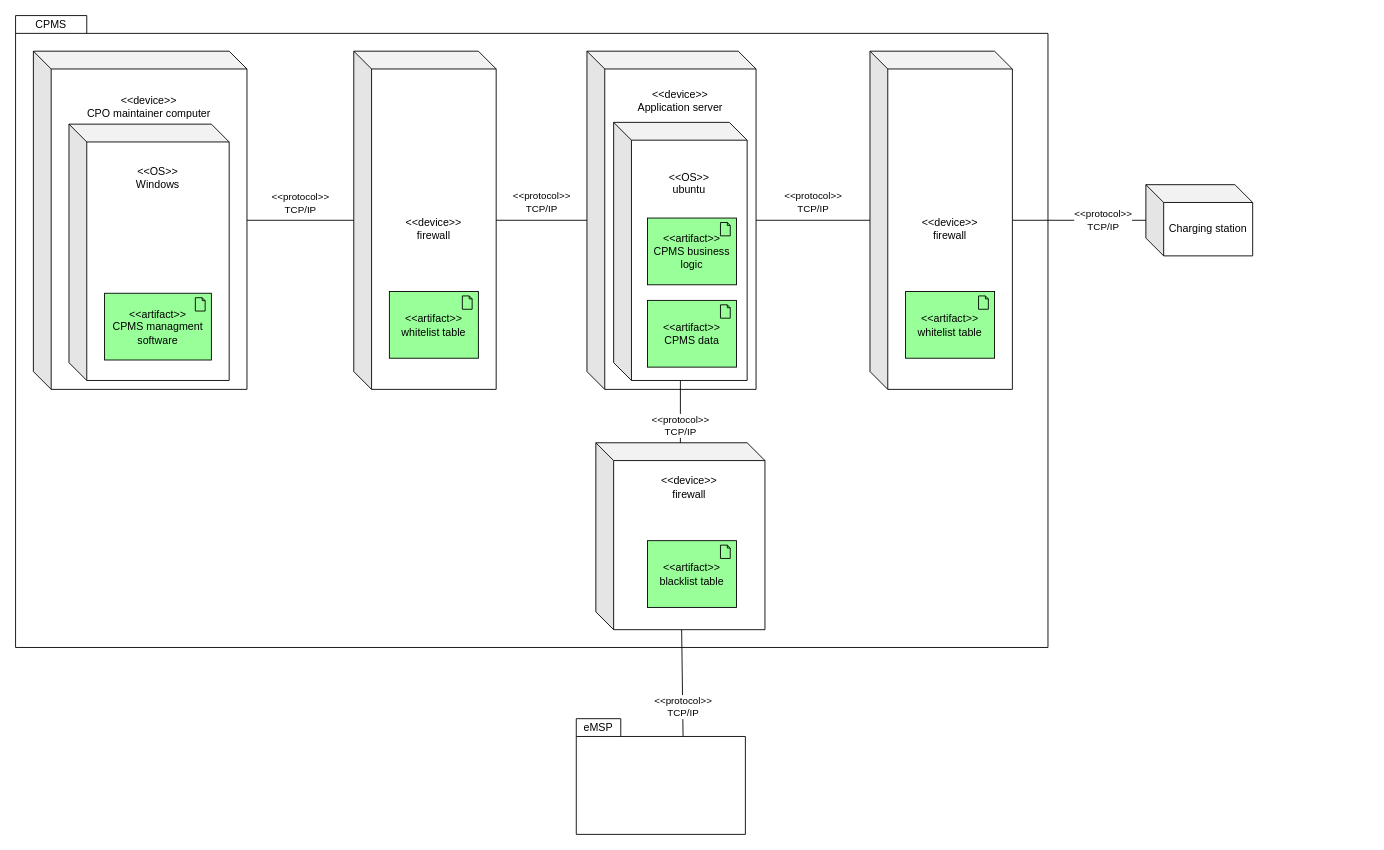
Above: page "CPMS-deployment" (4 of 4) of DD/Graphics/DD.drawio in federico-mandelli/CoriglianoMandelliPignataro (draw.io), before the change. Source tidied: cells renumbered, new cells numbered last; positions are measured from the earlier drawing's top-left corner, leaving out a move shared by most shapes. Both pictures are drawn from the tidied source at 89%, with x=0, y=0 at pixel (15, 15).
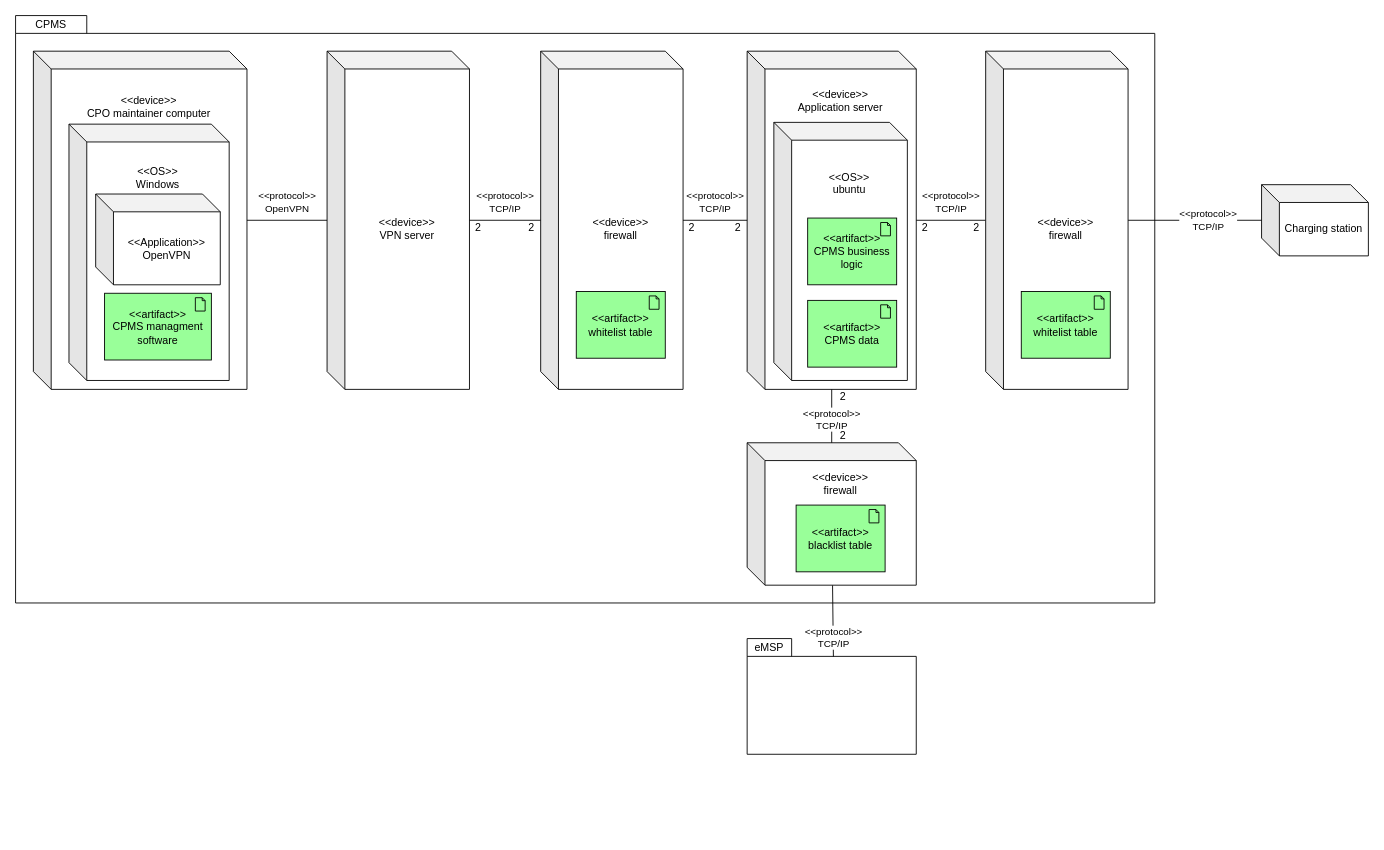
Above is the later version.

Unchanged cells that the change refers to:
```xml
<mxCell id="7" value="&amp;lt;&amp;lt;device&amp;gt;&amp;gt;&lt;br&gt;CPO maintainer computer&lt;br&gt;&lt;br&gt;&lt;br&gt;&lt;br&gt;&lt;br&gt;&lt;br&gt;&lt;br&gt;&lt;br&gt;&lt;br&gt;&lt;br&gt;&lt;br&gt;&lt;br&gt;&lt;br&gt;&lt;br&gt;&lt;br&gt;&lt;br&gt;&lt;br&gt;&lt;br&gt;&lt;br&gt;&lt;br&gt;" style="shape=cube;whiteSpace=wrap;html=1;boundedLbl=1;backgroundOutline=1;darkOpacity=0.05;darkOpacity2=0.1;" parent="1" vertex="1">
  <mxGeometry x="20" y="40" width="240" height="380" as="geometry" />
</mxCell>
```

What changed in the source:
```diff
@@
     <mxCell id="2" style="shape=folder;fontStyle=1;spacingTop=10;tabWidth=80;tabHeight=20;tabPosition=left;html=1;" parent="1" vertex="1">
-      <mxGeometry width="1160" height="710" as="geometry" />
+      <mxGeometry width="1280" height="660" as="geometry" />
     </mxCell>
     <mxCell id="3" value="&amp;lt;&amp;lt;device&amp;gt;&amp;gt;&lt;br&gt;Application server&lt;br&gt;&lt;br&gt;&lt;br&gt;&lt;br&gt;&lt;br&gt;&lt;br&gt;&lt;br&gt;&lt;br&gt;&lt;br&gt;&lt;br&gt;&lt;br&gt;&lt;br&gt;&lt;br&gt;&lt;br&gt;&lt;br&gt;&lt;br&gt;&lt;br&gt;&lt;br&gt;&lt;br&gt;&lt;br&gt;&lt;br&gt;" style="shape=cube;whiteSpace=wrap;html=1;boundedLbl=1;backgroundOutline=1;darkOpacity=0.05;darkOpacity2=0.1;" parent="1" vertex="1">
-      <mxGeometry x="642" y="40" width="190" height="380" as="geometry" />
+      <mxGeometry x="822" y="40" width="190" height="380" as="geometry" />
     </mxCell>
@@
     <mxCell id="5" style="shape=folder;fontStyle=1;spacingTop=10;tabWidth=50;tabHeight=20;tabPosition=left;html=1;" parent="1" vertex="1">
-      <mxGeometry x="630" y="790" width="190" height="130" as="geometry" />
+      <mxGeometry x="822" y="700" width="190" height="130" as="geometry" />
     </mxCell>
     <mxCell id="6" value="eMSP" style="text;html=1;strokeColor=none;fillColor=none;align=center;verticalAlign=middle;whiteSpace=wrap;rounded=0;" parent="1" vertex="1">
-      <mxGeometry x="630" y="790" width="50" height="20" as="geometry" />
+      <mxGeometry x="822" y="700" width="50" height="20" as="geometry" />
     </mxCell>
@@
-    <mxCell id="9" value="&amp;lt;&amp;lt;protocol&amp;gt;&amp;gt;&lt;br&gt;TCP/IP" style="endArrow=none;html=1;rounded=0;" parent="1" edge="1" source="7" target="16">
-      <mxGeometry y="19" relative="1" as="geometry" />
-    </mxCell>
     <mxCell id="10" value="&amp;lt;&amp;lt;OS&amp;gt;&amp;gt;&lt;br&gt;ubuntu&lt;br&gt;&lt;br&gt;&lt;br&gt;&lt;br&gt;&lt;br&gt;&lt;br&gt;&lt;br&gt;&lt;br&gt;&lt;br&gt;&lt;br&gt;&lt;br&gt;&lt;br&gt;&lt;br&gt;" style="shape=cube;whiteSpace=wrap;html=1;boundedLbl=1;backgroundOutline=1;darkOpacity=0.05;darkOpacity2=0.1;" parent="1" vertex="1">
-      <mxGeometry x="672" y="120" width="150" height="290" as="geometry" />
+      <mxGeometry x="852" y="120" width="150" height="290" as="geometry" />
     </mxCell>
@@
     <mxCell id="12" value="&amp;lt;&amp;lt;artifact&amp;gt;&amp;gt;&lt;br style=&quot;border-color: var(--border-color);&quot;&gt;CPMS business logic" style="html=1;whiteSpace=wrap;fillColor=#99ff99;shape=mxgraph.archimate.application;appType=artifact;" parent="1" vertex="1">
-      <mxGeometry x="710" y="227.5" width="100" height="75" as="geometry" />
+      <mxGeometry x="890" y="227.5" width="100" height="75" as="geometry" />
     </mxCell>
     <mxCell id="13" value="Charging station" style="shape=cube;whiteSpace=wrap;html=1;boundedLbl=1;backgroundOutline=1;darkOpacity=0.05;darkOpacity2=0.1;" parent="1" vertex="1">
-      <mxGeometry x="1270" y="190" width="120" height="80" as="geometry" />
+      <mxGeometry x="1400" y="190" width="120" height="80" as="geometry" />
     </mxCell>
     <mxCell id="14" value="&amp;lt;&amp;lt;protocol&amp;gt;&amp;gt;&lt;br&gt;TCP/IP" style="endArrow=none;html=1;rounded=0;" parent="1" edge="1" source="13" target="19">
-      <mxGeometry x="-0.36" relative="1" as="geometry" />
+      <mxGeometry x="-0.2" relative="1" as="geometry" />
     </mxCell>
@@
     <mxCell id="16" value="&amp;lt;&amp;lt;device&amp;gt;&amp;gt;&lt;br&gt;firewall" style="shape=cube;whiteSpace=wrap;html=1;boundedLbl=1;backgroundOutline=1;darkOpacity=0.05;darkOpacity2=0.1;" parent="1" vertex="1">
-      <mxGeometry x="380" y="40" width="160" height="380" as="geometry" />
+      <mxGeometry x="590" y="40" width="160" height="380" as="geometry" />
     </mxCell>
@@
     <mxCell id="18" value="&amp;lt;&amp;lt;artifact&amp;gt;&amp;gt;&lt;br style=&quot;border-color: var(--border-color);&quot;&gt;whitelist table" style="html=1;whiteSpace=wrap;fillColor=#99ff99;shape=mxgraph.archimate.application;appType=artifact;" parent="1" vertex="1">
-      <mxGeometry x="420" y="310" width="100" height="75" as="geometry" />
+      <mxGeometry x="630" y="310" width="100" height="75" as="geometry" />
     </mxCell>
     <mxCell id="19" value="&amp;lt;&amp;lt;device&amp;gt;&amp;gt;&lt;br&gt;firewall" style="shape=cube;whiteSpace=wrap;html=1;boundedLbl=1;backgroundOutline=1;darkOpacity=0.05;darkOpacity2=0.1;" parent="1" vertex="1">
-      <mxGeometry x="960" y="40" width="160" height="380" as="geometry" />
+      <mxGeometry x="1090" y="40" width="160" height="380" as="geometry" />
     </mxCell>
     <mxCell id="20" value="&amp;lt;&amp;lt;artifact&amp;gt;&amp;gt;&lt;br style=&quot;border-color: var(--border-color);&quot;&gt;whitelist table" style="html=1;whiteSpace=wrap;fillColor=#99ff99;shape=mxgraph.archimate.application;appType=artifact;" parent="1" vertex="1">
-      <mxGeometry x="1000" y="310" width="100" height="75" as="geometry" />
+      <mxGeometry x="1130" y="310" width="100" height="75" as="geometry" />
     </mxCell>
-    <mxCell id="21" value="&amp;lt;&amp;lt;protocol&amp;gt;&amp;gt;&lt;br&gt;TCP/IP" style="endArrow=none;html=1;rounded=0;entryX=0;entryY=0;entryDx=120;entryDy=20;entryPerimeter=0;" parent="1" edge="1" source="23" target="5">
+    <mxCell id="21" value="&amp;lt;&amp;lt;protocol&amp;gt;&amp;gt;&lt;br&gt;TCP/IP" style="endArrow=none;html=1;rounded=0;entryX=0.51;entryY=0.156;entryDx=0;entryDy=0;entryPerimeter=0;" parent="1" edge="1" source="23" target="5">
       <mxGeometry x="0.44" relative="1" as="geometry">
         <mxPoint y="1" as="offset" />
       </mxGeometry>
     </mxCell>
     <mxCell id="22" value="&amp;lt;&amp;lt;artifact&amp;gt;&amp;gt;&lt;br style=&quot;border-color: var(--border-color);&quot;&gt;CPMS data" style="html=1;whiteSpace=wrap;fillColor=#99ff99;shape=mxgraph.archimate.application;appType=artifact;" parent="1" vertex="1">
-      <mxGeometry x="710" y="320" width="100" height="75" as="geometry" />
+      <mxGeometry x="890" y="320" width="100" height="75" as="geometry" />
     </mxCell>
-    <mxCell id="23" value="&amp;lt;&amp;lt;device&amp;gt;&amp;gt;&lt;br&gt;firewall&lt;br&gt;&lt;br&gt;&lt;br&gt;&lt;br&gt;&lt;br&gt;&lt;br&gt;&lt;br&gt;&lt;br&gt;&lt;br&gt;&lt;br&gt;" style="shape=cube;whiteSpace=wrap;html=1;boundedLbl=1;backgroundOutline=1;darkOpacity=0.05;darkOpacity2=0.1;" parent="1" vertex="1">
-      <mxGeometry x="652" y="480" width="190" height="210" as="geometry" />
+    <mxCell id="23" value="&amp;lt;&amp;lt;device&amp;gt;&amp;gt;&lt;br&gt;firewall&lt;br&gt;&lt;br&gt;&lt;br&gt;&lt;br&gt;&lt;br&gt;&lt;br&gt;&lt;br&gt;" style="shape=cube;whiteSpace=wrap;html=1;boundedLbl=1;backgroundOutline=1;darkOpacity=0.05;darkOpacity2=0.1;" parent="1" vertex="1">
+      <mxGeometry x="822" y="480" width="190" height="160" as="geometry" />
     </mxCell>
     <mxCell id="24" value="&amp;lt;&amp;lt;artifact&amp;gt;&amp;gt;&lt;br style=&quot;border-color: var(--border-color);&quot;&gt;blacklist table" style="html=1;whiteSpace=wrap;fillColor=#99ff99;shape=mxgraph.archimate.application;appType=artifact;" parent="1" vertex="1">
-      <mxGeometry x="710" y="590" width="100" height="75" as="geometry" />
+      <mxGeometry x="877" y="550" width="100" height="75" as="geometry" />
     </mxCell>
-    <mxCell id="25" value="&amp;lt;&amp;lt;protocol&amp;gt;&amp;gt;&lt;br&gt;TCP/IP" style="endArrow=none;html=1;rounded=0;" parent="1" edge="1" source="10" target="23">
-      <mxGeometry x="0.44" relative="1" as="geometry">
-        <mxPoint y="1" as="offset" />
-      </mxGeometry>
+    <mxCell id="25" value="&amp;lt;&amp;lt;protocol&amp;gt;&amp;gt;&lt;br&gt;TCP/IP" style="endArrow=none;html=1;rounded=0;" parent="1" edge="1" source="3" target="23">
+      <mxGeometry x="0.14" relative="1" as="geometry" />
     </mxCell>
+    <mxCell id="26" value="&amp;lt;&amp;lt;device&amp;gt;&amp;gt;&lt;br&gt;VPN server" style="shape=cube;whiteSpace=wrap;html=1;boundedLbl=1;backgroundOutline=1;darkOpacity=0.05;darkOpacity2=0.1;" parent="1" vertex="1">
+      <mxGeometry x="350" y="40" width="160" height="380" as="geometry" />
+    </mxCell>
+    <mxCell id="27" value="&amp;lt;&amp;lt;protocol&amp;gt;&amp;gt;&lt;br style=&quot;border-color: var(--border-color);&quot;&gt;OpenVPN" style="endArrow=none;html=1;rounded=0;" parent="1" edge="1" source="26" target="7">
+      <mxGeometry y="-20" relative="1" as="geometry" />
+    </mxCell>
+    <mxCell id="9" value="&amp;lt;&amp;lt;protocol&amp;gt;&amp;gt;&lt;br style=&quot;border-color: var(--border-color);&quot;&gt;TCP/IP" style="endArrow=none;html=1;rounded=0;" parent="1" edge="1" source="26" target="16">
+      <mxGeometry y="20" relative="1" as="geometry" />
+    </mxCell>
+    <mxCell id="28" value="&amp;lt;&amp;lt;Application&amp;gt;&amp;gt;&lt;br&gt;OpenVPN" style="shape=cube;whiteSpace=wrap;html=1;boundedLbl=1;backgroundOutline=1;darkOpacity=0.05;darkOpacity2=0.1;" parent="1" vertex="1">
+      <mxGeometry x="90" y="200.5" width="140" height="102" as="geometry" />
+    </mxCell>
+    <mxCell id="29" value="2" style="text;html=1;strokeColor=none;fillColor=none;align=center;verticalAlign=middle;whiteSpace=wrap;rounded=0;" parent="1" vertex="1">
+      <mxGeometry x="510" y="230" width="20" height="17" as="geometry" />
+    </mxCell>
+    <mxCell id="30" value="2" style="text;html=1;strokeColor=none;fillColor=none;align=center;verticalAlign=middle;whiteSpace=wrap;rounded=0;" parent="1" vertex="1">
+      <mxGeometry x="570" y="230" width="20" height="17" as="geometry" />
+    </mxCell>
+    <mxCell id="31" value="2" style="text;html=1;strokeColor=none;fillColor=none;align=center;verticalAlign=middle;whiteSpace=wrap;rounded=0;" parent="1" vertex="1">
+      <mxGeometry x="750" y="230" width="20" height="17" as="geometry" />
+    </mxCell>
+    <mxCell id="32" value="2" style="text;html=1;strokeColor=none;fillColor=none;align=center;verticalAlign=middle;whiteSpace=wrap;rounded=0;" parent="1" vertex="1">
+      <mxGeometry x="802" y="230" width="20" height="17" as="geometry" />
+    </mxCell>
+    <mxCell id="33" value="2" style="text;html=1;strokeColor=none;fillColor=none;align=center;verticalAlign=middle;whiteSpace=wrap;rounded=0;" parent="1" vertex="1">
+      <mxGeometry x="920" y="420" width="20" height="17" as="geometry" />
+    </mxCell>
+    <mxCell id="34" value="2" style="text;html=1;strokeColor=none;fillColor=none;align=center;verticalAlign=middle;whiteSpace=wrap;rounded=0;" parent="1" vertex="1">
+      <mxGeometry x="920" y="463" width="20" height="17" as="geometry" />
+    </mxCell>
+    <mxCell id="35" value="2" style="text;html=1;strokeColor=none;fillColor=none;align=center;verticalAlign=middle;whiteSpace=wrap;rounded=0;" parent="1" vertex="1">
+      <mxGeometry x="1012" y="230" width="20" height="17" as="geometry" />
+    </mxCell>
+    <mxCell id="36" value="2" style="text;html=1;strokeColor=none;fillColor=none;align=center;verticalAlign=middle;whiteSpace=wrap;rounded=0;" parent="1" vertex="1">
+      <mxGeometry x="1070" y="230" width="20" height="17" as="geometry" />
+    </mxCell>
```
